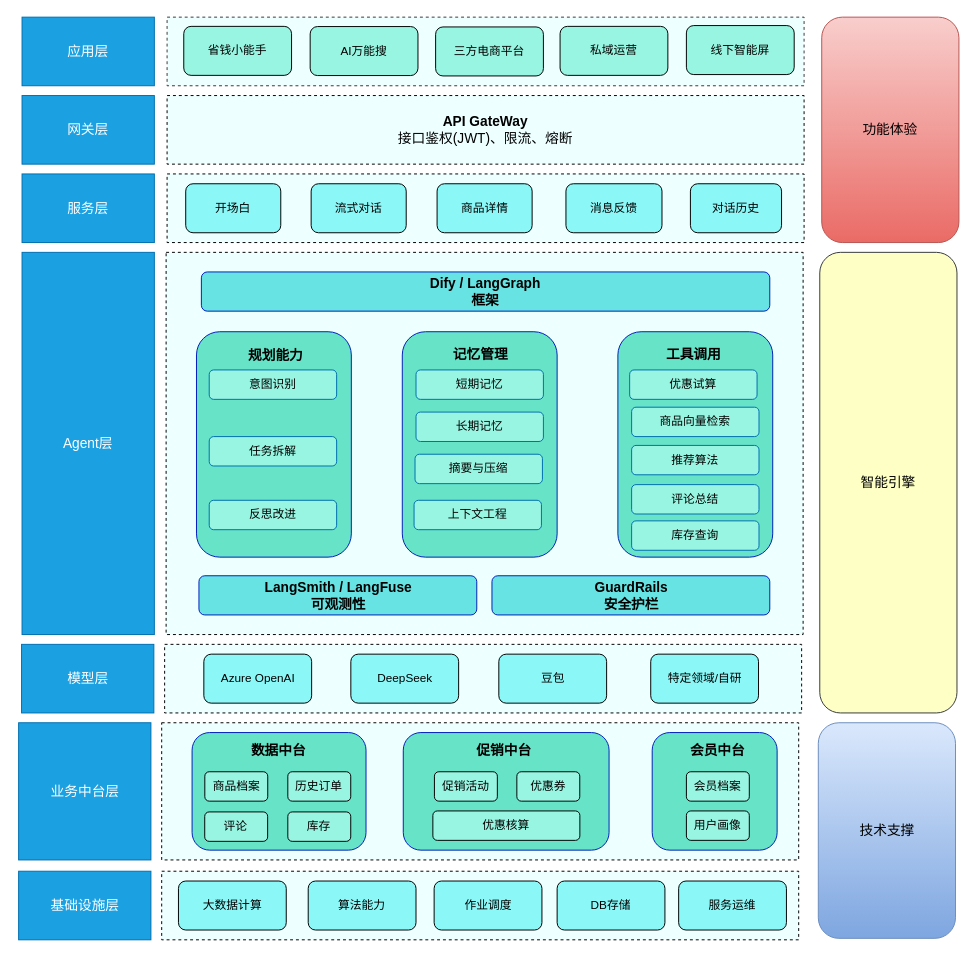
Wanke15/wanke15.github.io keeps this draw.io diagram as engineering/架构设计/省钱小能手-智能导购架构设计图.drawio. Above is the earlier version. Source tidied: cells renumbered, new cells numbered last; positions are measured from the earlier drawing's top-left corner, leaving out a move shared by most shapes. Both pictures are drawn from the tidied source at 98%, with x=0, y=0 at pixel (18, 17).
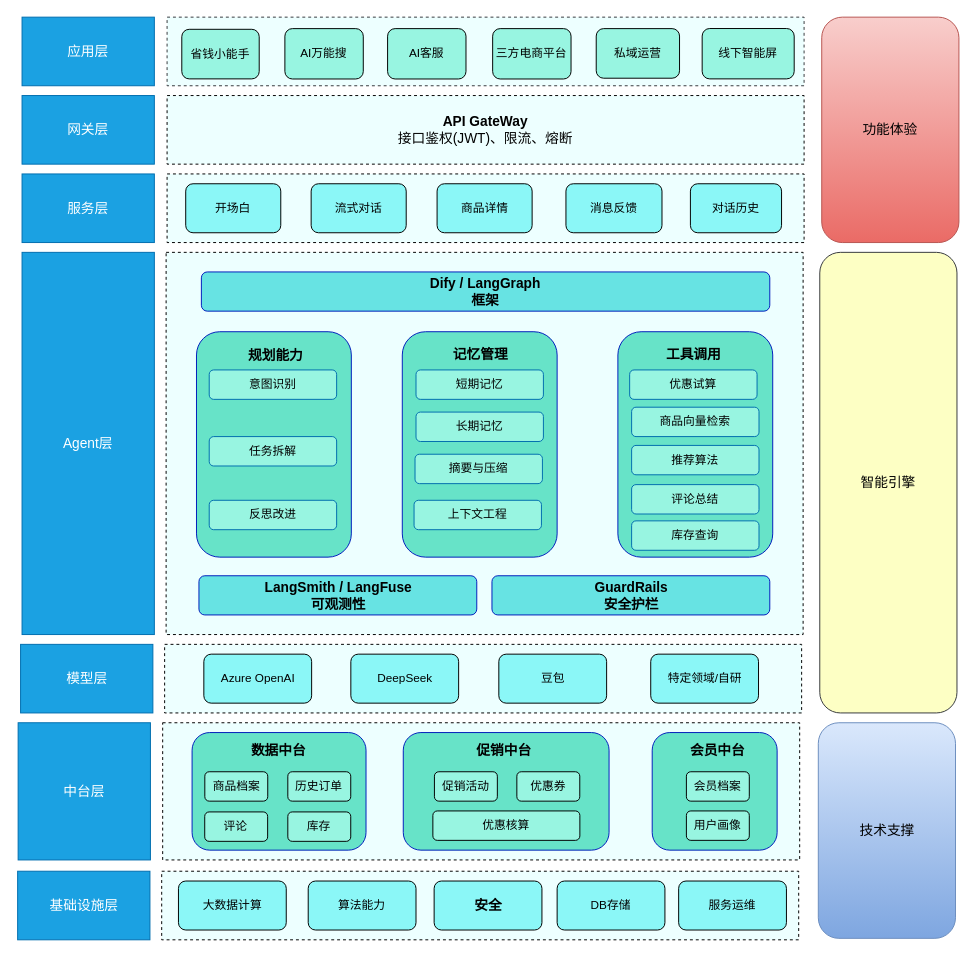
The same page after the edit.

Commit message:
更新省钱小能手-智能导购架构设计图.drawio

The edit, as a diff of the source:
```diff
@@
-    <mxCell id="6" value="&lt;font style=&quot;font-size: 14px;&quot;&gt;业务中台层&lt;/font&gt;" style="rounded=0;whiteSpace=wrap;html=1;fillColor=#1ba1e2;strokeColor=#006EAF;fontColor=#ffffff;" parent="1" vertex="1">
-      <mxGeometry x="0.5" y="720" width="135" height="140" as="geometry" />
+    <mxCell id="6" value="&lt;font style=&quot;font-size: 14px;&quot;&gt;中台层&lt;/font&gt;" style="rounded=0;whiteSpace=wrap;html=1;fillColor=#1ba1e2;strokeColor=#006EAF;fontColor=#ffffff;" parent="1" vertex="1">
+      <mxGeometry y="720" width="135" height="140" as="geometry" />
     </mxCell>
     <mxCell id="7" style="rounded=0;whiteSpace=wrap;html=1;fillColor=#EDFFFF;strokeColor=#000000;dashed=1;" parent="1" vertex="1">
-      <mxGeometry x="146.5" y="720" width="650" height="140" as="geometry" />
+      <mxGeometry x="147.5" y="720" width="650" height="140" as="geometry" />
     </mxCell>
     <mxCell id="8" value="&lt;font style=&quot;font-size: 14px;&quot;&gt;基础设施层&lt;/font&gt;" style="rounded=0;whiteSpace=wrap;html=1;fillColor=#1ba1e2;strokeColor=#006EAF;fontColor=#ffffff;" parent="1" vertex="1">
-      <mxGeometry x="0.5" y="871.5" width="135" height="70" as="geometry" />
+      <mxGeometry x="-0.5" y="871.5" width="135" height="70" as="geometry" />
     </mxCell>
@@
     <mxCell id="13" value="省钱小能手" style="rounded=1;whiteSpace=wrap;html=1;fillColor=#98F5E1;" parent="1" vertex="1">
-      <mxGeometry x="169" y="9.4" width="110" height="50" as="geometry" />
+      <mxGeometry x="167" y="12.4" width="79" height="50.6" as="geometry" />
     </mxCell>
     <mxCell id="14" value="三方电商平台" style="rounded=1;whiteSpace=wrap;html=1;fillColor=#98F5E1;" parent="1" vertex="1">
-      <mxGeometry x="426" y="10" width="110" height="50" as="geometry" />
+      <mxGeometry x="484.2" y="11.7" width="80" height="51.4" as="geometry" />
     </mxCell>
     <mxCell id="15" value="线下智能屏" style="rounded=1;whiteSpace=wrap;html=1;fillColor=#98F5E1;" parent="1" vertex="1">
-      <mxGeometry x="681.9" y="8.6" width="110" height="50" as="geometry" />
+      <mxGeometry x="698" y="11.6" width="93.9" height="51.4" as="geometry" />
     </mxCell>
     <mxCell id="16" value="私域运营" style="rounded=1;whiteSpace=wrap;html=1;fillColor=#98F5E1;" parent="1" vertex="1">
-      <mxGeometry x="553" y="9.4" width="110" height="50" as="geometry" />
+      <mxGeometry x="589.9" y="11.7" width="85" height="50.6" as="geometry" />
     </mxCell>
@@
     <mxCell id="38" value="&lt;font style=&quot;font-size: 14px;&quot;&gt;模型层&lt;/font&gt;" style="rounded=0;whiteSpace=wrap;html=1;fillColor=#1ba1e2;strokeColor=#006EAF;fontColor=#ffffff;" parent="1" vertex="1">
-      <mxGeometry x="3.5" y="640" width="135" height="70" as="geometry" />
+      <mxGeometry x="2.5" y="640" width="135" height="70" as="geometry" />
     </mxCell>
@@
-    <mxCell id="45" value="作业调度" style="rounded=1;whiteSpace=wrap;html=1;fillColor=#8BF7F7;" parent="1" vertex="1">
+    <mxCell id="45" value="&lt;b&gt;&lt;font style=&quot;font-size: 14px;&quot;&gt;安全&lt;/font&gt;&lt;/b&gt;" style="rounded=1;whiteSpace=wrap;html=1;fillColor=#8BF7F7;" parent="1" vertex="1">
       <mxGeometry x="424.5" y="881.5" width="110" height="50" as="geometry" />
     </mxCell>
@@
     <mxCell id="73" value="AI万能搜" style="rounded=1;whiteSpace=wrap;html=1;fillColor=#98F5E1;" parent="1" vertex="1">
-      <mxGeometry x="298" y="9.6" width="110" height="50" as="geometry" />
+      <mxGeometry x="272.2" y="11.7" width="80" height="51.4" as="geometry" />
     </mxCell>
+    <mxCell id="74" value="AI客服" style="rounded=1;whiteSpace=wrap;html=1;fillColor=#98F5E1;" parent="1" vertex="1">
+      <mxGeometry x="377" y="11.7" width="80" height="51.4" as="geometry" />
+    </mxCell>
```
